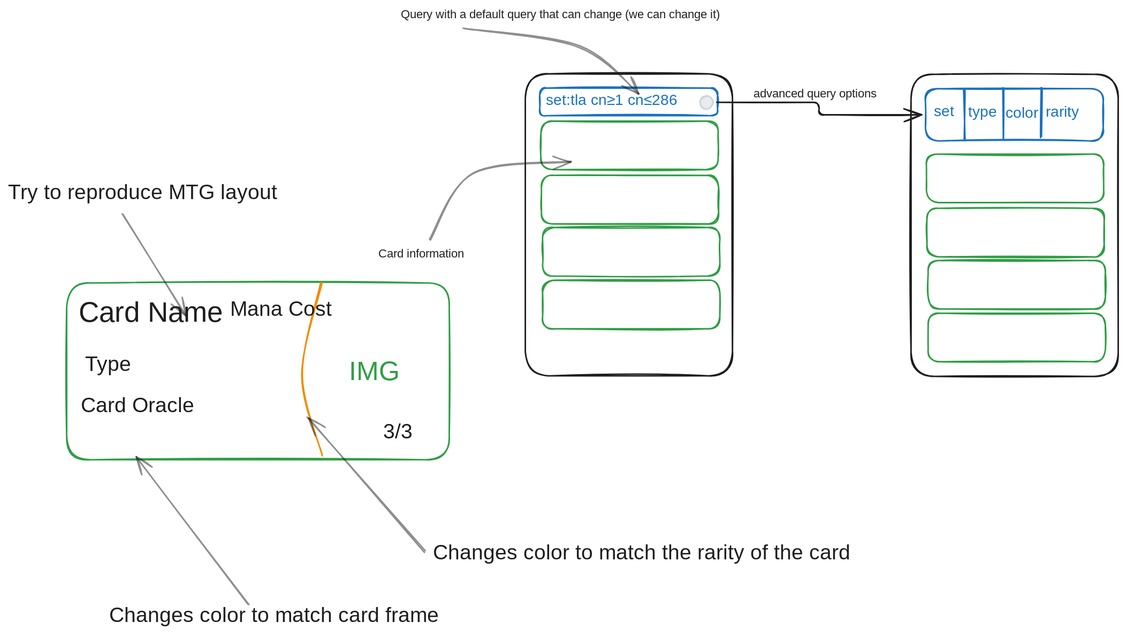
laisolizq/magic_catalog keeps this Excalidraw diagram as doc/views/landing.excalidraw.svg. Above is the earlier version. Source tidied: one line per element, renumbered; positions are measured from the earlier drawing's top-left corner, leaving out a move shared by most shapes.
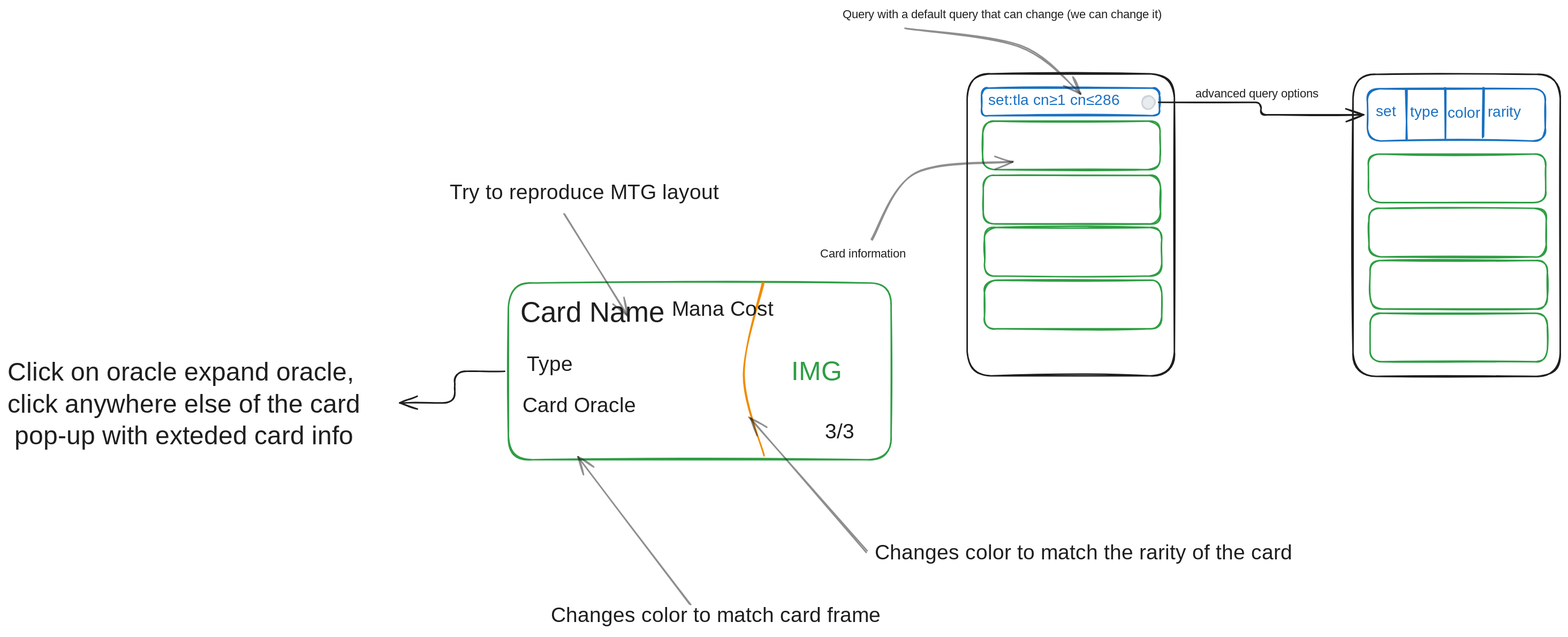
The same diagram one commit later.

Commit message:
Front and back diagrams

The edit, as a diff of the source:
```diff
@@ -40,3 +40,5 @@
 {"id": 39, "type": "text", "text": "Changes color to match card frame", "strokeColor": "#1e1e1e", "strokeWidth": 2, "roughness": 1, "fontSize": 28, "fontFamily": 5, "x": 135, "y": 795, "width": 477, "height": 35}
 {"id": 40, "type": "arrow", "strokeColor": "#1e1e1e", "strokeWidth": 2, "roughness": 1, "opacity": 50, "endArrowhead": "arrow", "round": true, "from": 41, "x": 153, "y": 275, "width": 84, "height": 138, "points": [[0, 0], [84, 138]]}
 {"id": 41, "type": "text", "text": "Try to reproduce MTG layout", "strokeColor": "#1e1e1e", "strokeWidth": 2, "roughness": 1, "fontSize": 28, "fontFamily": 5, "x": 0, "y": 231, "width": 407, "height": 35}
+{"id": 42, "type": "arrow", "strokeColor": "#1e1e1e", "strokeWidth": 2, "roughness": 1, "endArrowhead": "arrow", "from": 33, "x": 74, "y": 486, "width": 140, "height": 42, "points": [[0, 0], [-67, 0], [-67, 42], [-140, 42]]}
+{"id": 43, "type": "text", "text": "Click on oracle expand oracle,\nclick anywhere else of the card\n pop-up with exteded card info", "strokeColor": "#1e1e1e", "strokeWidth": 2, "roughness": 1, "fontSize": 34.08, "fontFamily": 5, "x": -590, "y": 468, "width": 516, "height": 128}
```
